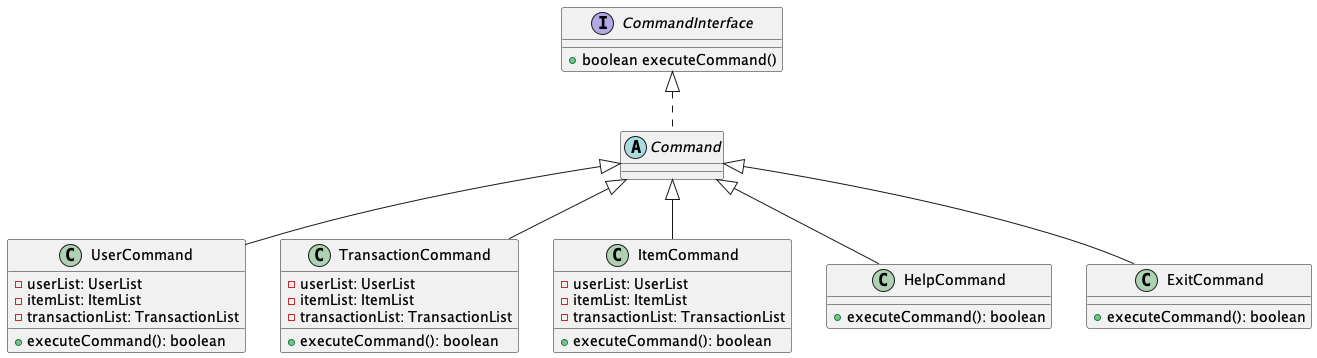
Before: docs/images/CommandDesign.png, a diagram exported from PlantUML (nus-cs2113-AY2223S1/tp). Its source is kept beside it as docs/diagrams/command/CommandDesign.puml.
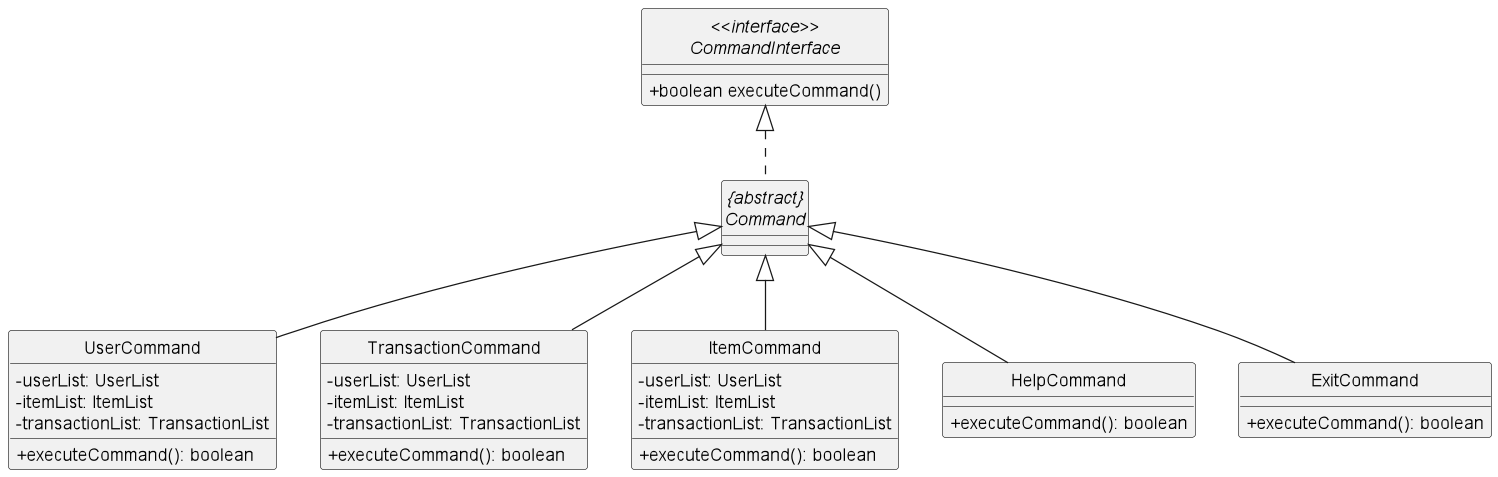
Above is the later version.

Diff of the diagram source:
```diff
@@ -1,8 +1,11 @@
 @startuml
-interface CommandInterface {
+hide circle
+skinparam classAttributeIconSize 0
+
+interface "<<interface>>\nCommandInterface" {
  +boolean executeCommand()
 }
-abstract class "Command"
+abstract class "{abstract}\nCommand"
 class UserCommand {
  - userList: UserList
  - itemList: ItemList
@@ -28,11 +31,11 @@
  + executeCommand(): boolean
 }
 
-CommandInterface <|.. Command
-Command <|-- UserCommand
-Command <|-- TransactionCommand
-Command <|-- ItemCommand
-Command <|-- HelpCommand
-Command <|-- ExitCommand
+"<<interface>>\nCommandInterface" <|.. "{abstract}\nCommand"
+"{abstract}\nCommand" <|-- UserCommand
+"{abstract}\nCommand" <|-- TransactionCommand
+"{abstract}\nCommand" <|-- ItemCommand
+"{abstract}\nCommand" <|-- HelpCommand
+"{abstract}\nCommand" <|-- ExitCommand
 
 @enduml
```
